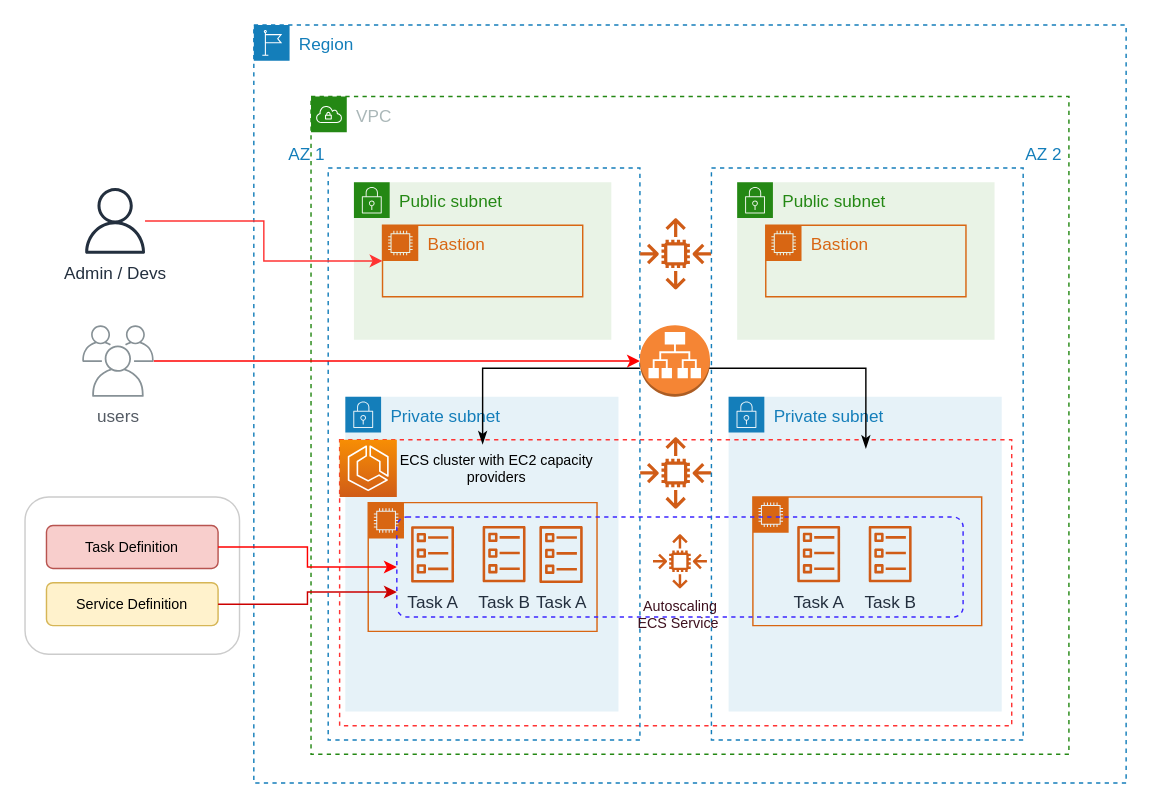
This is page "L2 Infrastructure Design - Prod" (5 of 7) of Untitled Diagram.drawio from senthilsource/multi-docker, a draw.io file, before an edit. Source tidied: cells renumbered, new cells numbered last; positions are measured from the earlier drawing's top-left corner, leaving out a move shared by most shapes. Both pictures are drawn from the tidied source at 143%, with x=0, y=0 at pixel (24, 24).
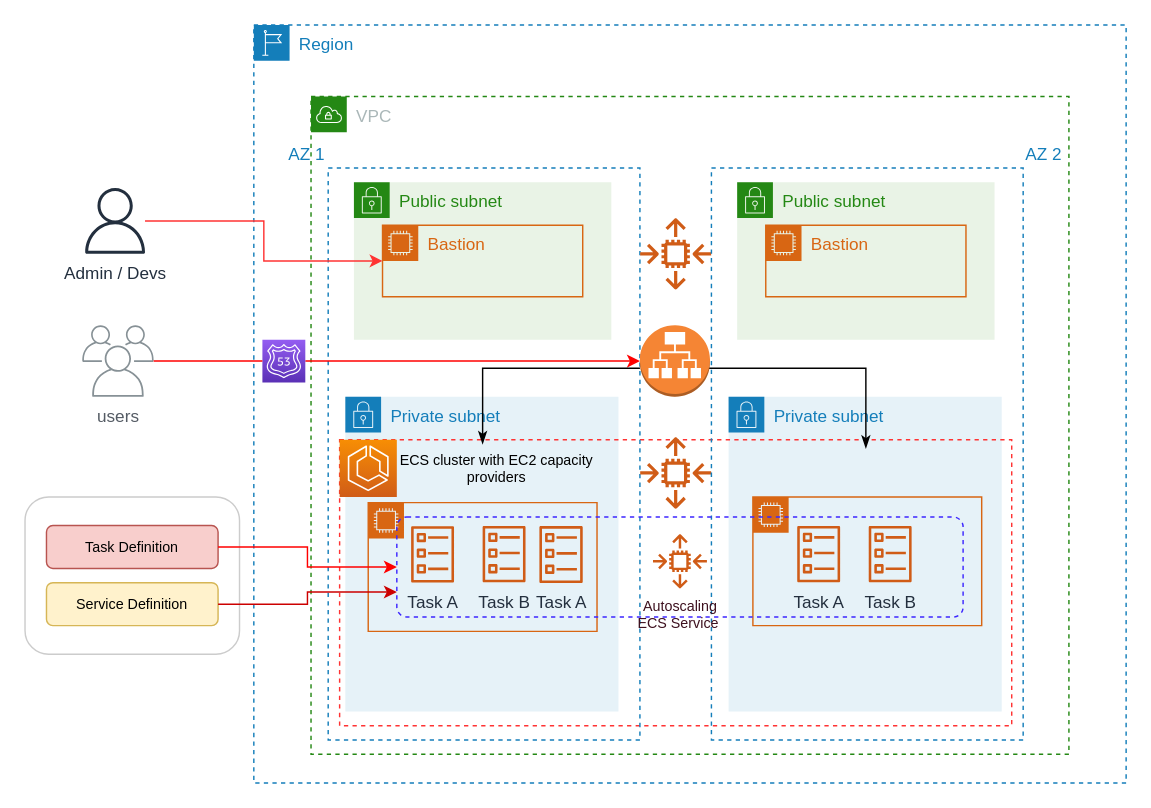
After the change.

The change refers to these unchanged cells:
```xml
<mxCell id="13" value="users" style="outlineConnect=0;gradientColor=none;fontColor=#545B64;strokeColor=none;fillColor=#879196;dashed=0;verticalLabelPosition=bottom;verticalAlign=top;align=center;html=1;fontSize=12;fontStyle=0;shape=mxgraph.aws4.illustration_users;dashPattern=1 1;" parent="1" vertex="1">
  <mxGeometry x="40" y="210" width="50" height="50" as="geometry" />
</mxCell>
<mxCell id="20" style="outlineConnect=0;dashed=0;verticalLabelPosition=bottom;verticalAlign=top;align=center;html=1;shape=mxgraph.aws3.application_load_balancer;fillColor=#F58534;gradientColor=none;dashPattern=1 1;strokeWidth=2;fontSize=14;" parent="1" vertex="1">
  <mxGeometry x="430" y="210" width="49" height="50" as="geometry" />
</mxCell>
```

Diff of the diagram source:
```diff
@@
-    <mxCell id="12" style="edgeStyle=orthogonalEdgeStyle;rounded=0;jettySize=auto;html=1;fontSize=10;fontColor=#3E111F;strokeColor=#FF0000;" parent="1" edge="1" source="13" target="20">
+    <mxCell id="12" style="edgeStyle=orthogonalEdgeStyle;rounded=0;jettySize=auto;html=1;fontSize=10;fontColor=#3E111F;strokeColor=#FF0000;startArrow=none;" parent="1" edge="1" source="40" target="20">
       <mxGeometry relative="1" as="geometry">
         <Array as="points">
           <mxPoint x="170" y="235" />
           <mxPoint x="170" y="235" />
         </Array>
       </mxGeometry>
     </mxCell>
@@
+    <mxCell id="40" style="points=[[0,0,0],[0.25,0,0],[0.5,0,0],[0.75,0,0],[1,0,0],[0,1,0],[0.25,1,0],[0.5,1,0],[0.75,1,0],[1,1,0],[0,0.25,0],[0,0.5,0],[0,0.75,0],[1,0.25,0],[1,0.5,0],[1,0.75,0]];outlineConnect=0;fontColor=#232F3E;gradientColor=#945DF2;gradientDirection=north;fillColor=#5A30B5;strokeColor=#ffffff;dashed=0;verticalLabelPosition=bottom;verticalAlign=top;align=center;html=1;fontSize=12;fontStyle=0;shape=mxgraph.aws4.resourceIcon;resIcon=mxgraph.aws4.route_53;" parent="1" vertex="1">
+      <mxGeometry x="166" y="220" width="30" height="30" as="geometry" />
+    </mxCell>
+    <mxCell id="41" style="edgeStyle=orthogonalEdgeStyle;rounded=0;jettySize=auto;html=1;fontSize=10;fontColor=#3E111F;strokeColor=#FF0000;endArrow=none;" parent="1" edge="1" source="13" target="40">
+      <mxGeometry relative="1" as="geometry" />
+    </mxCell>
```
